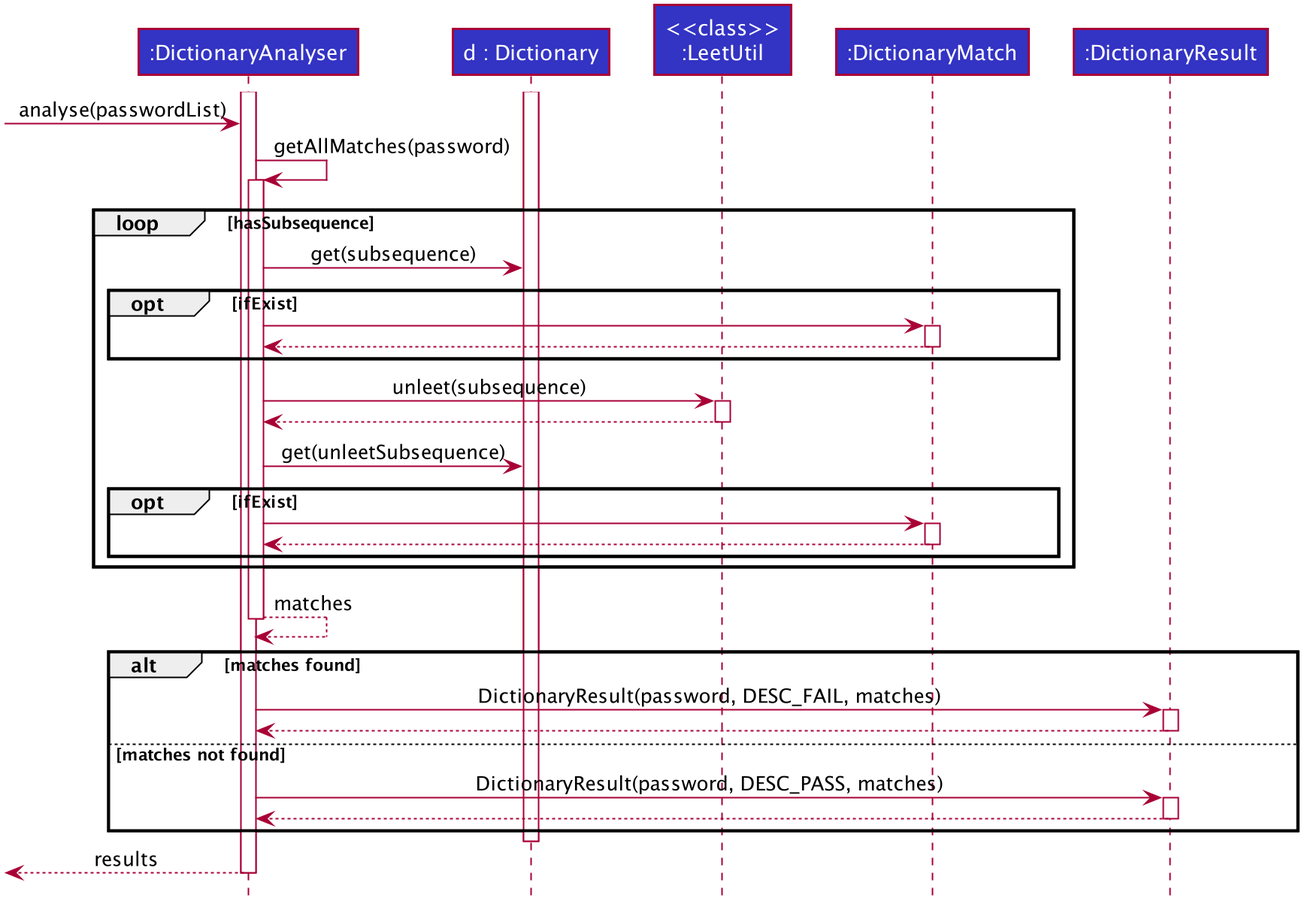
Earlier version of the PlantUML export docs/images/GetAllMatchesSequence.png (nus-cs2103-AY1920S1/addressbook-level3).
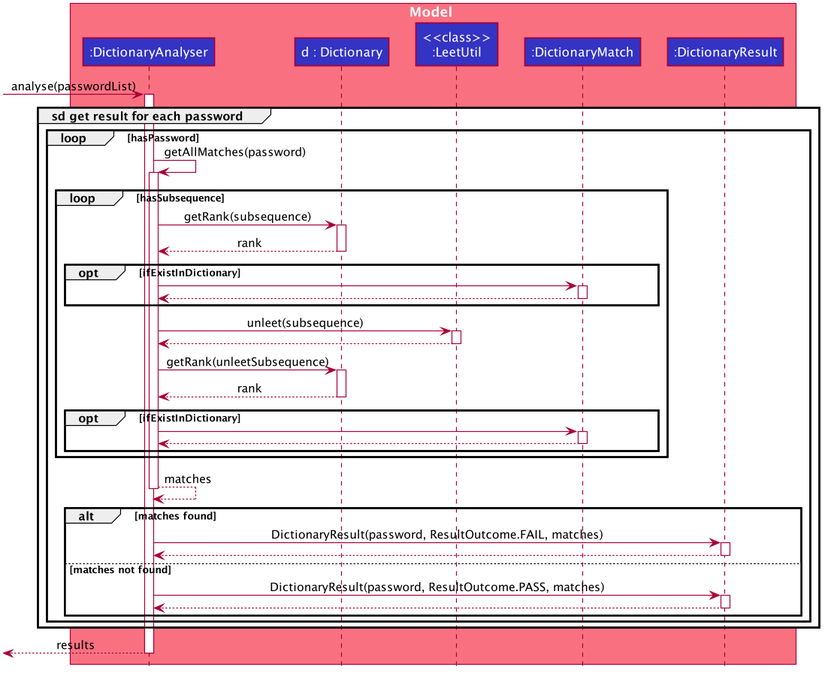
Later version of the same file.

Diff of the diagram source:
```diff
@@ -1,4 +1,5 @@
 @startuml
+
 
 
 
@@ -49,22 +50,26 @@
 hide members
 hide circle
 participant ":DictionaryAnalyser" as DictionaryAnalyser #3333C4
+[-> DictionaryAnalyser : analyse(passwordList)
+group **sd** get result for each password
+box Model #F97181
+participant ":DictionaryAnalyser" as DictionaryAnalyser #3333C4
 participant "d : Dictionary" as Dictionary #3333C4
 participant "<<class>>\n:LeetUtil" as LeetUtil #3333C4
 participant ":DictionaryMatch" as DictionaryMatch #3333C4
 participant ":DictionaryResult" as DictionaryResult #3333C4
-
+end box
 
 activate DictionaryAnalyser
-activate Dictionary
-
-[-> DictionaryAnalyser : analyse(passwordList)
-
+loop hasPassword
 DictionaryAnalyser -> DictionaryAnalyser : getAllMatches(password)
 activate DictionaryAnalyser
 loop hasSubsequence
-    DictionaryAnalyser -> Dictionary : get(subsequence)
-    opt ifExist
+    DictionaryAnalyser -> Dictionary : getRank(subsequence)
+    activate Dictionary
+    Dictionary --> DictionaryAnalyser : rank
+    deactivate Dictionary
+    opt ifExistInDictionary
         DictionaryAnalyser -> DictionaryMatch
         activate DictionaryMatch
         DictionaryMatch --> DictionaryAnalyser
@@ -74,8 +79,11 @@
     activate LeetUtil
     LeetUtil --> DictionaryAnalyser
     deactivate LeetUtil
-    DictionaryAnalyser -> Dictionary : get(unleetSubsequence)
-    opt ifExist
+    DictionaryAnalyser -> Dictionary : getRank(unleetSubsequence)
+    activate Dictionary
+    Dictionary --> DictionaryAnalyser : rank
+    deactivate Dictionary
+    opt ifExistInDictionary
         DictionaryAnalyser -> DictionaryMatch
         activate DictionaryMatch
         DictionaryMatch --> DictionaryAnalyser
@@ -86,17 +94,19 @@
 deactivate DictionaryAnalyser
 
 alt matches found
-    DictionaryAnalyser -> DictionaryResult : DictionaryResult(password, DESC_FAIL, matches)
+    DictionaryAnalyser -> DictionaryResult : DictionaryResult(password, ResultOutcome.FAIL, matches)
     activate DictionaryResult
     DictionaryResult --> DictionaryAnalyser
     deactivate DictionaryResult
 else matches not found
-    DictionaryAnalyser -> DictionaryResult : DictionaryResult(password, DESC_PASS, matches)
+    DictionaryAnalyser -> DictionaryResult : DictionaryResult(password, ResultOutcome.PASS, matches)
         activate DictionaryResult
         DictionaryResult --> DictionaryAnalyser
         deactivate DictionaryResult
 end
 deactivate Dictionary
+end
+end
 [<-- DictionaryAnalyser : results
 deactivate DictionaryAnalyser
 
```
